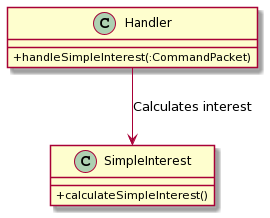
Before: docs/uml_images/financetools/SimpleInterest/SimpleInterestClassDiagram.png, a diagram exported from PlantUML (nus-cs2113-AY2021S1/tp). Source of this version:
```plantuml
@startuml
skinparam classAttributeIconSize 0
class Handler {
 +handleSimpleInterest(:CommandPacket)
}

class SimpleInterest {
 +calculateSimpleInterest()
}

Handler --> SimpleInterest : Calculates interest
@enduml
```
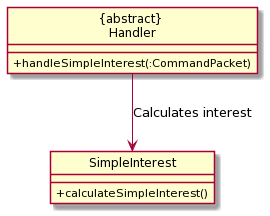
Above is the later version.

What changed in the source:
```diff
@@ -1,6 +1,7 @@
 @startuml
+hide circle
 skinparam classAttributeIconSize 0
-class Handler {
+class "{abstract} \nHandler" {
  +handleSimpleInterest(:CommandPacket)
 }
 
@@ -8,5 +9,5 @@
  +calculateSimpleInterest()
 }
 
-Handler --> SimpleInterest : Calculates interest
+"{abstract} \nHandler" --> SimpleInterest : Calculates interest
 @enduml
```
